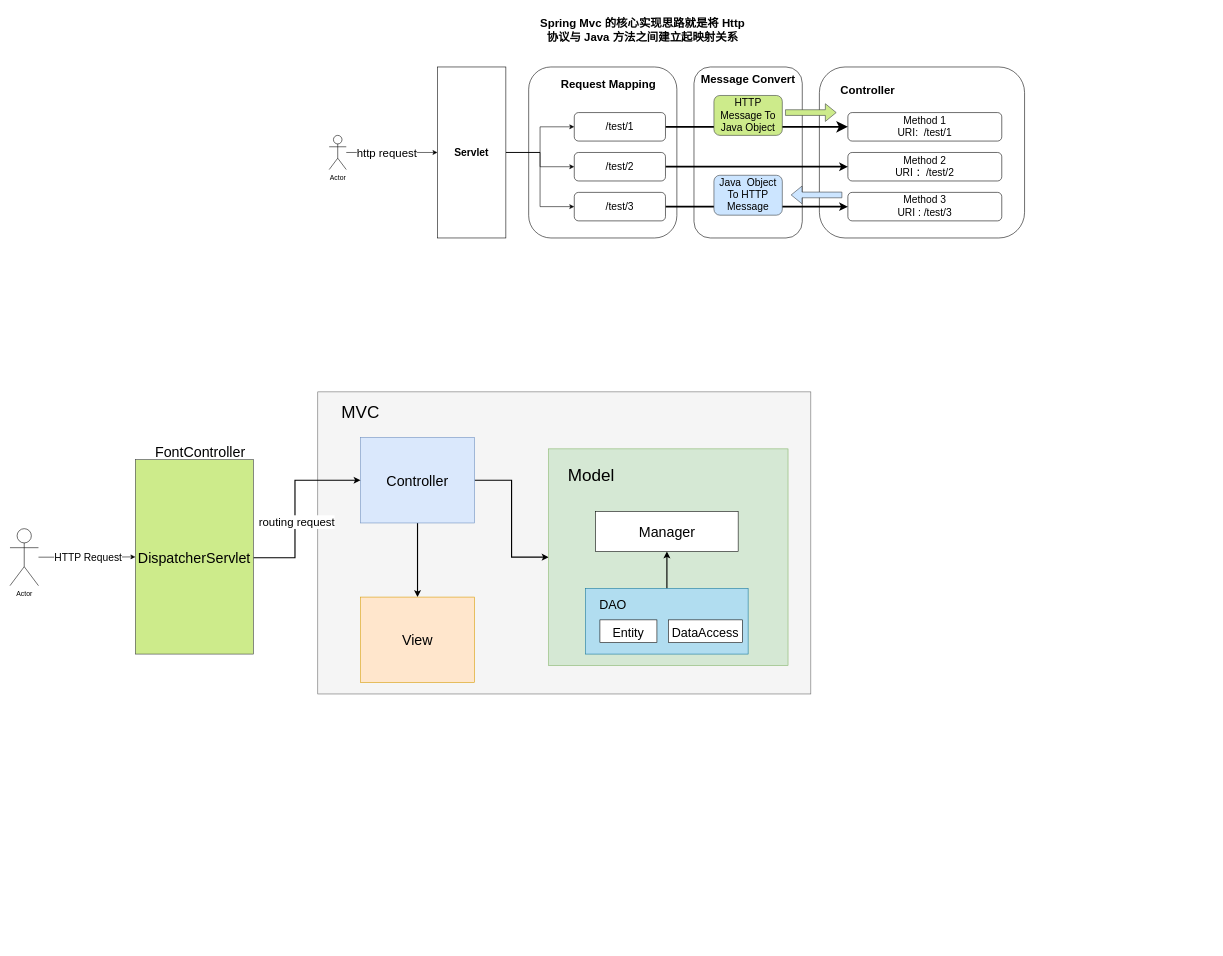
Before: spring/springmvc实现思路.drawio in GitHeP/diagrams, a draw.io diagram. Source tidied: cells renumbered, new cells numbered last; positions are measured from the earlier drawing's top-left corner, leaving out a move shared by most shapes. Both pictures are drawn from the tidied source at 57%, with x=0, y=0 at pixel (10, 10).
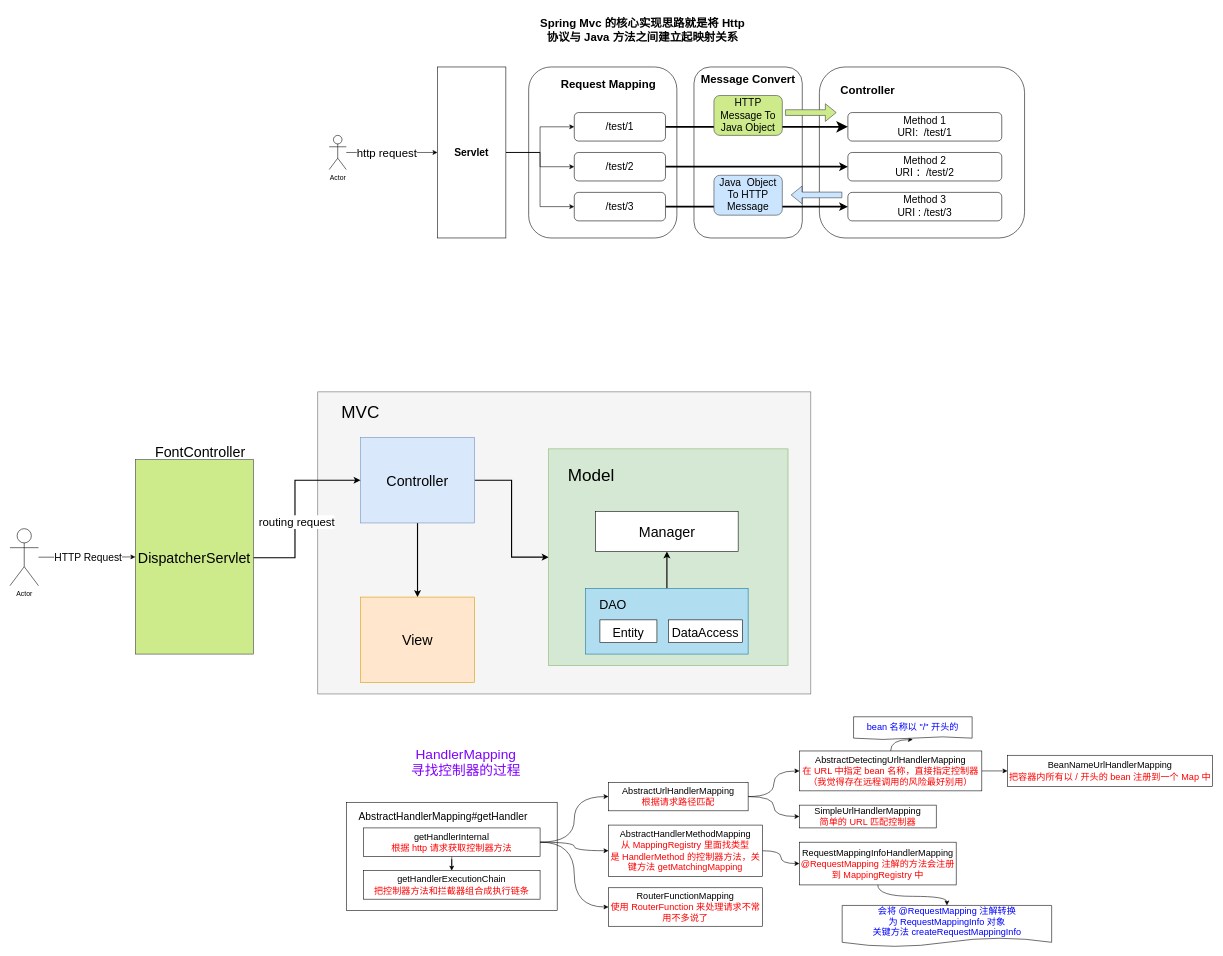
The same diagram, later.

Commit message:
更新springmvc实现思路.drawio

Diff of the diagram source:
```diff
@@
+    <mxCell id="50" style="rounded=0;whiteSpace=wrap;html=1;" parent="1" vertex="1">
+      <mxGeometry x="590" y="1390" width="370" height="190" as="geometry" />
+    </mxCell>
+    <mxCell id="51" style="edgeStyle=orthogonalEdgeStyle;jettySize=auto;html=1;entryX=0;entryY=0.5;entryDx=0;entryDy=0;curved=1;" parent="1" edge="1" source="55" target="60">
+      <mxGeometry relative="1" as="geometry" />
+    </mxCell>
+    <mxCell id="52" style="edgeStyle=orthogonalEdgeStyle;jettySize=auto;html=1;entryX=0;entryY=0.5;entryDx=0;entryDy=0;curved=1;" parent="1" edge="1" source="55" target="68">
+      <mxGeometry relative="1" as="geometry" />
+    </mxCell>
+    <mxCell id="53" style="edgeStyle=orthogonalEdgeStyle;jettySize=auto;html=1;entryX=0;entryY=0.5;entryDx=0;entryDy=0;curved=1;" parent="1" edge="1" source="55" target="72">
+      <mxGeometry relative="1" as="geometry" />
+    </mxCell>
+    <mxCell id="54" style="edgeStyle=orthogonalEdgeStyle;rounded=0;jettySize=auto;html=1;entryX=0.5;entryY=0;entryDx=0;entryDy=0;" parent="1" edge="1" source="55" target="56">
+      <mxGeometry relative="1" as="geometry" />
+    </mxCell>
+    <mxCell id="55" value="&lt;font style=&quot;font-size: 16px;&quot;&gt;getHandlerInternal&lt;br&gt;&lt;font color=&quot;#ff0000&quot;&gt;根据 http 请求获取控制器方法&lt;/font&gt;&lt;/font&gt;" style="rounded=0;whiteSpace=wrap;html=1;" parent="1" vertex="1">
+      <mxGeometry x="620" y="1435" width="310" height="50" as="geometry" />
+    </mxCell>
+    <mxCell id="56" value="&lt;font style=&quot;font-size: 16px;&quot;&gt;getHandlerExecutionChain&lt;br&gt;&lt;font color=&quot;#ff0000&quot;&gt;把控制器方法和拦截器组合成执行链条&lt;/font&gt;&lt;/font&gt;" style="rounded=0;whiteSpace=wrap;html=1;" parent="1" vertex="1">
+      <mxGeometry x="620" y="1510" width="310" height="50" as="geometry" />
+    </mxCell>
+    <mxCell id="57" value="&lt;font style=&quot;font-size: 18px;&quot;&gt;AbstractHandlerMapping#getHandler&lt;/font&gt;" style="text;html=1;strokeColor=none;fillColor=none;align=center;verticalAlign=middle;whiteSpace=wrap;rounded=0;" parent="1" vertex="1">
+      <mxGeometry x="600" y="1400" width="320" height="30" as="geometry" />
+    </mxCell>
+    <mxCell id="58" style="edgeStyle=orthogonalEdgeStyle;jettySize=auto;html=1;entryX=0;entryY=0.5;entryDx=0;entryDy=0;curved=1;" parent="1" edge="1" source="60" target="63">
+      <mxGeometry relative="1" as="geometry" />
+    </mxCell>
+    <mxCell id="59" style="edgeStyle=orthogonalEdgeStyle;jettySize=auto;html=1;entryX=0;entryY=0.5;entryDx=0;entryDy=0;exitX=1;exitY=0.5;exitDx=0;exitDy=0;curved=1;" parent="1" edge="1" source="60" target="66">
+      <mxGeometry relative="1" as="geometry" />
+    </mxCell>
+    <mxCell id="60" value="&lt;font style=&quot;&quot;&gt;&lt;font style=&quot;font-size: 16px;&quot;&gt;AbstractUrlHandlerMapping&lt;br&gt;&lt;font color=&quot;#ff0000&quot;&gt;根据请求路径匹配&lt;/font&gt;&lt;/font&gt;&lt;br&gt;&lt;/font&gt;" style="whiteSpace=wrap;html=1;rounded=0;" parent="1" vertex="1">
+      <mxGeometry x="1050" y="1355" width="245" height="50" as="geometry" />
+    </mxCell>
+    <mxCell id="61" style="edgeStyle=orthogonalEdgeStyle;jettySize=auto;html=1;curved=1;" parent="1" edge="1" source="63" target="64">
+      <mxGeometry relative="1" as="geometry" />
+    </mxCell>
+    <mxCell id="62" style="edgeStyle=orthogonalEdgeStyle;rounded=0;jettySize=auto;html=1;" parent="1" edge="1" source="63" target="65">
+      <mxGeometry relative="1" as="geometry" />
+    </mxCell>
+    <mxCell id="63" value="&lt;font style=&quot;&quot;&gt;&lt;font style=&quot;font-size: 16px;&quot;&gt;&lt;font style=&quot;&quot;&gt;AbstractDetectingUrlHandlerMapping&lt;br&gt;&lt;/font&gt;&lt;font color=&quot;#ff0000&quot; style=&quot;&quot;&gt;在 URL 中指定 bean 名称，直接指定控制器（我觉得存在远程调用的风险最好别用）&lt;/font&gt;&lt;/font&gt;&lt;br&gt;&lt;/font&gt;" style="whiteSpace=wrap;html=1;rounded=0;" parent="1" vertex="1">
+      <mxGeometry x="1385" y="1300" width="320" height="70" as="geometry" />
+    </mxCell>
+    <mxCell id="64" value="&lt;font color=&quot;#0000ff&quot; style=&quot;font-size: 16px;&quot;&gt;bean 名称以 &quot;/&quot; 开头的&lt;/font&gt;" style="shape=document;whiteSpace=wrap;html=1;boundedLbl=1;rounded=0;size=0.125;" parent="1" vertex="1">
+      <mxGeometry x="1480" y="1240" width="208" height="40" as="geometry" />
+    </mxCell>
+    <mxCell id="65" value="&lt;font style=&quot;&quot;&gt;&lt;font style=&quot;font-size: 16px;&quot;&gt;&lt;font style=&quot;&quot;&gt;BeanNameUrlHandlerMapping&lt;br&gt;&lt;/font&gt;&lt;font color=&quot;#ff0000&quot;&gt;把容器内所有以 / 开头的 bean 注册到一个 Map 中&lt;/font&gt;&lt;/font&gt;&lt;br&gt;&lt;/font&gt;" style="whiteSpace=wrap;html=1;rounded=0;" parent="1" vertex="1">
+      <mxGeometry x="1750" y="1307.5" width="360" height="55" as="geometry" />
+    </mxCell>
+    <mxCell id="66" value="&lt;font style=&quot;&quot;&gt;&lt;font style=&quot;font-size: 16px;&quot;&gt;&lt;font style=&quot;&quot;&gt;SimpleUrlHandlerMapping&lt;br&gt;&lt;/font&gt;&lt;font color=&quot;#ff0000&quot;&gt;简单的 URL 匹配控制器&lt;/font&gt;&lt;/font&gt;&lt;br&gt;&lt;/font&gt;" style="whiteSpace=wrap;html=1;rounded=0;" parent="1" vertex="1">
+      <mxGeometry x="1385" y="1395" width="240" height="40" as="geometry" />
+    </mxCell>
+    <mxCell id="67" style="edgeStyle=orthogonalEdgeStyle;jettySize=auto;html=1;entryX=0;entryY=0.5;entryDx=0;entryDy=0;curved=1;" parent="1" edge="1" source="68" target="70">
+      <mxGeometry relative="1" as="geometry" />
+    </mxCell>
+    <mxCell id="68" value="&lt;font style=&quot;font-size: 16px;&quot;&gt;&lt;font style=&quot;&quot;&gt;&lt;font style=&quot;&quot;&gt;&lt;font style=&quot;&quot;&gt;AbstractHandlerMethodMapping&lt;br&gt;&lt;/font&gt;&lt;font style=&quot;&quot; color=&quot;#ff0000&quot;&gt;从&amp;nbsp;MappingRegistry 里面找类型是&amp;nbsp;&lt;/font&gt;&lt;/font&gt;&lt;font style=&quot;&quot; color=&quot;#ff0000&quot;&gt;HandlerMethod 的控制器方法，关键方法&amp;nbsp;&lt;/font&gt;&lt;/font&gt;&lt;font color=&quot;#ff0000&quot;&gt;getMatchingMapping&lt;/font&gt;&lt;/font&gt;" style="whiteSpace=wrap;html=1;rounded=0;" parent="1" vertex="1">
+      <mxGeometry x="1050" y="1430" width="270" height="90" as="geometry" />
+    </mxCell>
+    <mxCell id="69" style="edgeStyle=orthogonalEdgeStyle;jettySize=auto;html=1;curved=1;" parent="1" edge="1" source="70" target="71">
+      <mxGeometry relative="1" as="geometry" />
+    </mxCell>
+    <mxCell id="70" value="&lt;font style=&quot;&quot;&gt;&lt;font style=&quot;font-size: 16px;&quot;&gt;&lt;font style=&quot;&quot;&gt;RequestMappingInfoHandlerMapping&lt;br&gt;&lt;/font&gt;&lt;font color=&quot;#ff0000&quot;&gt;@RequestMapping 注解的方法会注册到&amp;nbsp;MappingRegistry 中&lt;/font&gt;&lt;/font&gt;&lt;br&gt;&lt;/font&gt;" style="whiteSpace=wrap;html=1;rounded=0;" parent="1" vertex="1">
+      <mxGeometry x="1385" y="1460" width="275" height="75" as="geometry" />
+    </mxCell>
+    <mxCell id="71" value="&lt;font color=&quot;#0000ff&quot;&gt;&lt;font style=&quot;font-size: 16px;&quot;&gt;会将&amp;nbsp;@RequestMapping 注解转换为&amp;nbsp;RequestMappingInfo 对象&lt;br&gt;关键方法&amp;nbsp;&lt;/font&gt;&lt;font style=&quot;font-size: 16px;&quot;&gt;createRequestMappingInfo&lt;/font&gt;&lt;/font&gt;" style="shape=document;whiteSpace=wrap;html=1;boundedLbl=1;rounded=0;size=0.21621621621621623;" parent="1" vertex="1">
+      <mxGeometry x="1460" y="1571" width="367.5" height="72.5" as="geometry" />
+    </mxCell>
+    <mxCell id="72" value="&lt;font style=&quot;font-size: 16px;&quot;&gt;RouterFunctionMapping&lt;br&gt;&lt;font color=&quot;#ff0000&quot;&gt;使用&amp;nbsp;RouterFunction 来处理请求不常用不多说了&lt;/font&gt;&lt;br&gt;&lt;/font&gt;" style="whiteSpace=wrap;html=1;rounded=0;" parent="1" vertex="1">
+      <mxGeometry x="1050" y="1540" width="270" height="67.5" as="geometry" />
+    </mxCell>
+    <mxCell id="73" value="&lt;font color=&quot;#7f00ff&quot; style=&quot;font-size: 24px;&quot;&gt;HandlerMapping &lt;br&gt;寻找控制器的过程&lt;/font&gt;" style="text;html=1;strokeColor=none;fillColor=none;align=center;verticalAlign=middle;whiteSpace=wrap;rounded=0;" parent="1" vertex="1">
+      <mxGeometry x="670" y="1290" width="260" height="60" as="geometry" />
+    </mxCell>
```
